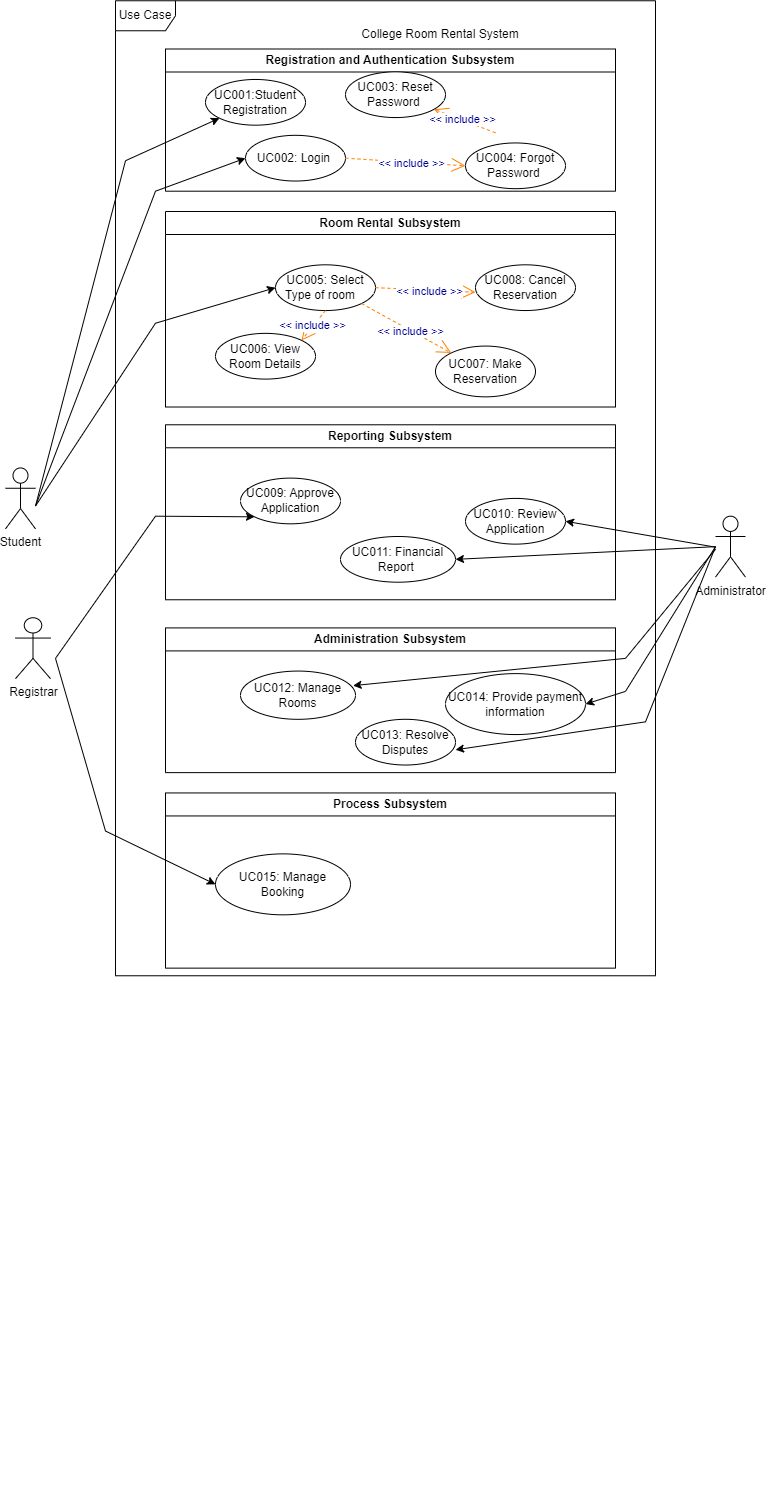
Earlier version of the draw.io export project/drawio/Alpha/useCasediagram.drawio.png (drshahizan/software-engineering). Source tidied: cells renumbered, new cells last; positions are measured from the earlier drawing's top-left corner, leaving out a move shared by most shapes.
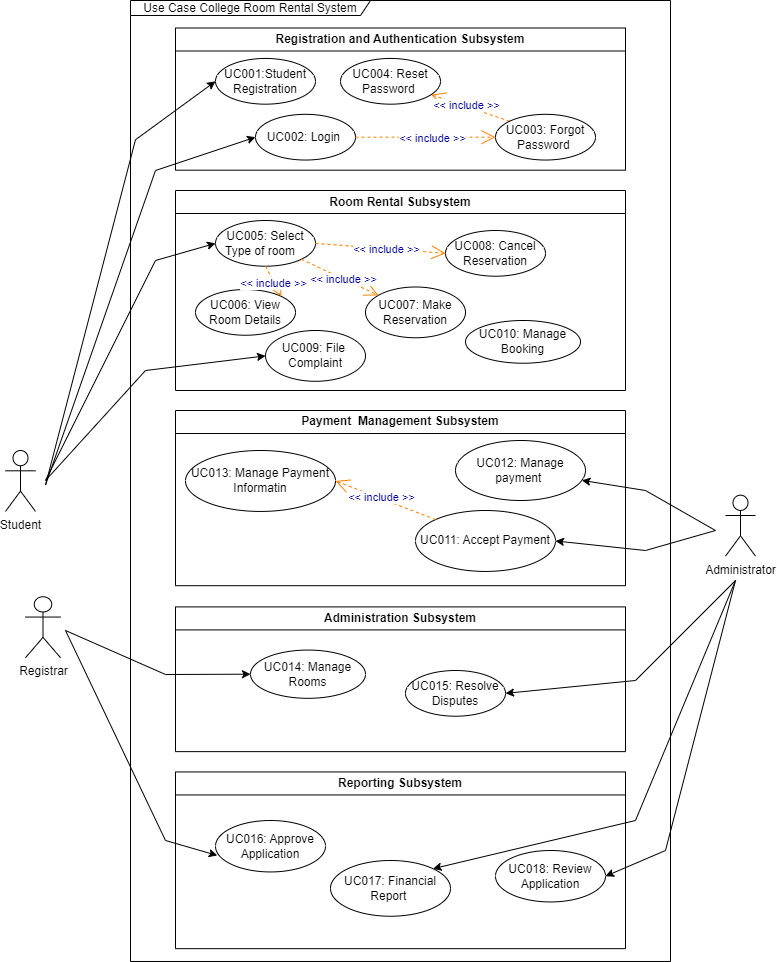
The same diagram one commit later.

What changed in the source:
```diff
@@ -2,14 +2,8 @@
   <root>
     <mxCell id="0" />
     <mxCell id="1" parent="0" />
-    <mxCell id="2" value="College Room Rental System" style="text;html=1;strokeColor=none;fillColor=none;align=center;verticalAlign=middle;whiteSpace=wrap;rounded=0;" parent="1" vertex="1">
-      <mxGeometry x="290" y="18.5" width="290" height="30" as="geometry" />
-    </mxCell>
-    <mxCell id="3" style="group;" parent="1" vertex="1">
-      <mxGeometry x="10" y="48.5" width="730" height="1462.5" as="geometry" />
-    </mxCell>
-    <mxCell id="4" value="Registration and Authentication Subsystem" style="swimlane;whiteSpace=wrap;html=1;" parent="3" vertex="1">
-      <mxGeometry x="150" width="450" height="142.2" as="geometry" />
+    <mxCell id="4" value="Registration and Authentication Subsystem" style="swimlane;whiteSpace=wrap;html=1;" parent="1" vertex="1">
+      <mxGeometry x="160" y="48.5" width="450" height="142.2" as="geometry" />
     </mxCell>
     <mxCell id="5" value="UC001:Student Registration" style="ellipse;whiteSpace=wrap;html=1;" parent="4" vertex="1">
       <mxGeometry x="40" y="30.5" width="100" height="45.7" as="geometry" />
@@ -17,34 +11,32 @@
     <mxCell id="6" value="UC002: Login&amp;nbsp;" style="ellipse;whiteSpace=wrap;html=1;" parent="4" vertex="1">
       <mxGeometry x="80" y="86.3" width="100" height="45.7" as="geometry" />
     </mxCell>
-    <mxCell id="7" value="UC003: Reset Password&amp;nbsp;" style="ellipse;whiteSpace=wrap;html=1;" parent="4" vertex="1">
-      <mxGeometry x="180" y="22.9" width="100" height="45.7" as="geometry" />
+    <mxCell id="7" value="UC004: Reset Password&amp;nbsp;" style="ellipse;whiteSpace=wrap;html=1;" parent="4" vertex="1">
+      <mxGeometry x="165" y="30.5" width="100" height="45.7" as="geometry" />
     </mxCell>
-    <mxCell id="8" value="&amp;lt;&amp;lt; include &amp;gt;&amp;gt;" style="endArrow=open;endSize=12;dashed=1;html=1;fontColor=#000099;strokeColor=#FF8000;" parent="4" edge="1" target="7">
-      <mxGeometry x="0.09" y="-1" relative="1" as="geometry">
-        <mxPoint x="330" y="83.8" as="sourcePoint" />
-      </mxGeometry>
+    <mxCell id="8" value="&amp;lt;&amp;lt; include &amp;gt;&amp;gt;" style="endArrow=open;endSize=12;dashed=1;html=1;fontColor=#000099;strokeColor=#FF8000;exitX=0;exitY=0;exitDx=0;exitDy=0;" parent="4" edge="1" source="9" target="7">
+      <mxGeometry x="0.09" y="-1" relative="1" as="geometry" />
     </mxCell>
-    <mxCell id="9" value="UC004: Forgot Password&amp;nbsp;" style="ellipse;whiteSpace=wrap;html=1;" parent="4" vertex="1">
-      <mxGeometry x="300" y="93.9" width="100" height="45.7" as="geometry" />
+    <mxCell id="9" value="UC003: Forgot Password&amp;nbsp;" style="ellipse;whiteSpace=wrap;html=1;" parent="4" vertex="1">
+      <mxGeometry x="320" y="86.3" width="100" height="45.7" as="geometry" />
     </mxCell>
     <mxCell id="10" value="&amp;lt;&amp;lt; include &amp;gt;&amp;gt;" style="endArrow=open;endSize=12;dashed=1;html=1;entryX=0;entryY=0.5;fontColor=#000099;strokeColor=#FF8000;entryDx=0;entryDy=0;exitX=1;exitY=0.5;exitDx=0;exitDy=0;" parent="4" edge="1" source="6" target="9">
       <mxGeometry x="0.09" y="-1" relative="1" as="geometry" />
     </mxCell>
-    <mxCell id="11" value="Room Rental Subsystem" style="swimlane;whiteSpace=wrap;html=1;" parent="3" vertex="1">
-      <mxGeometry x="150" y="162.5" width="450" height="195.5" as="geometry" />
+    <mxCell id="11" value="Room Rental Subsystem" style="swimlane;whiteSpace=wrap;html=1;" parent="1" vertex="1">
+      <mxGeometry x="160" y="211" width="450" height="200" as="geometry" />
     </mxCell>
     <mxCell id="12" value="UC006: View Room Details" style="ellipse;whiteSpace=wrap;html=1;" parent="11" vertex="1">
-      <mxGeometry x="50" y="121.9" width="100" height="45.7" as="geometry" />
+      <mxGeometry x="20" y="99" width="100" height="45.7" as="geometry" />
     </mxCell>
     <mxCell id="13" value="UC007: Make Reservation" style="ellipse;whiteSpace=wrap;html=1;" parent="11" vertex="1">
-      <mxGeometry x="270" y="134.6" width="100" height="50.8" as="geometry" />
+      <mxGeometry x="190" y="96.5" width="100" height="50.8" as="geometry" />
     </mxCell>
     <mxCell id="14" value="UC005: Select Type of room&amp;nbsp; &amp;nbsp;" style="ellipse;whiteSpace=wrap;html=1;" parent="11" vertex="1">
-      <mxGeometry x="110" y="53.3" width="100" height="45.7" as="geometry" />
+      <mxGeometry x="40" y="30" width="100" height="45.7" as="geometry" />
     </mxCell>
     <mxCell id="15" value="UC008: Cancel Reservation" style="ellipse;whiteSpace=wrap;html=1;" parent="11" vertex="1">
-      <mxGeometry x="310" y="53.3" width="100" height="45.7" as="geometry" />
+      <mxGeometry x="270" y="40" width="100" height="45.7" as="geometry" />
     </mxCell>
     <mxCell id="16" value="&amp;lt;&amp;lt; include &amp;gt;&amp;gt;" style="endArrow=open;endSize=12;dashed=1;html=1;entryX=1;entryY=0;fontColor=#000099;strokeColor=#FF8000;entryDx=0;entryDy=0;exitX=0.5;exitY=1;exitDx=0;exitDy=0;" parent="11" edge="1" source="14" target="12">
       <mxGeometry x="0.09" y="-1" relative="1" as="geometry" />
@@ -52,127 +44,150 @@
     <mxCell id="17" value="&amp;lt;&amp;lt; include &amp;gt;&amp;gt;" style="endArrow=open;endSize=12;dashed=1;html=1;fontColor=#000099;strokeColor=#FF8000;exitX=1;exitY=1;exitDx=0;exitDy=0;" parent="11" edge="1" source="14" target="13">
       <mxGeometry x="0.09" y="-1" relative="1" as="geometry" />
     </mxCell>
+    <mxCell id="42" value="&amp;lt;&amp;lt; include &amp;gt;&amp;gt;" style="endArrow=open;endSize=12;dashed=1;html=1;fontColor=#000099;strokeColor=#FF8000;exitX=1;exitY=0.5;exitDx=0;exitDy=0;entryX=0;entryY=0.5;entryDx=0;entryDy=0;" parent="11" edge="1" source="14" target="15">
+      <mxGeometry x="0.09" y="-1" relative="1" as="geometry" />
+    </mxCell>
+    <mxCell id="19" value="UC010: Manage Booking" style="ellipse;whiteSpace=wrap;html=1;" parent="11" vertex="1">
+      <mxGeometry x="290" y="130" width="115" height="42.7" as="geometry" />
+    </mxCell>
+    <mxCell id="43" value="UC009: File&amp;nbsp; Complaint" style="ellipse;whiteSpace=wrap;html=1;" parent="11" vertex="1">
+      <mxGeometry x="90" y="140" width="100" height="50.8" as="geometry" />
+    </mxCell>
+    <mxCell id="25" value="Use Case College Room Rental System" style="shape=umlFrame;whiteSpace=wrap;html=1;width=240;height=15;" parent="11" vertex="1">
+      <mxGeometry x="-45" y="-190" width="540" height="961" as="geometry" />
+    </mxCell>
-    <mxCell id="18" value="Process Subsystem" style="swimlane;whiteSpace=wrap;html=1;" parent="3" vertex="1">
-      <mxGeometry x="150" y="743.9" width="450" height="175.2" as="geometry" />
+    <mxCell id="18" value="Payment&amp;nbsp; Management Subsystem" style="swimlane;whiteSpace=wrap;html=1;" parent="1" vertex="1">
+      <mxGeometry x="160" y="431" width="450" height="175.2" as="geometry" />
     </mxCell>
-    <mxCell id="19" value="UC015: Manage Booking" style="ellipse;whiteSpace=wrap;html=1;" parent="18" vertex="1">
-      <mxGeometry x="50" y="60.9" width="135" height="60.9" as="geometry" />
-    </mxCell>
-    <mxCell id="20" value="Student" style="shape=umlActor;verticalLabelPosition=bottom;verticalAlign=top;html=1;" parent="18" vertex="1">
-      <mxGeometry x="-160" y="-325" width="30" height="60.9" as="geometry" />
-    </mxCell>
+    <mxCell id="44" value="UC011: Accept Payment" style="ellipse;whiteSpace=wrap;html=1;" parent="18" vertex="1">
+      <mxGeometry x="240" y="100" width="140" height="60.9" as="geometry" />
+    </mxCell>
+    <mxCell id="32" value="UC012: Manage payment&amp;nbsp;" style="ellipse;whiteSpace=wrap;html=1;" parent="18" vertex="1">
+      <mxGeometry x="280" y="30" width="130" height="60" as="geometry" />
+    </mxCell>
+    <mxCell id="45" value="UC013: Manage Payment Informatin" style="ellipse;whiteSpace=wrap;html=1;" parent="18" vertex="1">
+      <mxGeometry x="10" y="40" width="150" height="60.9" as="geometry" />
+    </mxCell>
+    <mxCell id="46" value="&amp;lt;&amp;lt; include &amp;gt;&amp;gt;" style="endArrow=open;endSize=12;dashed=1;html=1;fontColor=#000099;strokeColor=#FF8000;entryX=1;entryY=0.5;entryDx=0;entryDy=0;exitX=0;exitY=0;exitDx=0;exitDy=0;" parent="18" edge="1" source="44" target="45">
+      <mxGeometry x="0.09" y="-1" relative="1" as="geometry" />
+    </mxCell>
-    <mxCell id="21" value="Reporting Subsystem" style="swimlane;whiteSpace=wrap;html=1;" parent="3" vertex="1">
-      <mxGeometry x="150" y="375.8" width="450" height="175" as="geometry" />
+    <mxCell id="21" value="Reporting Subsystem" style="swimlane;whiteSpace=wrap;html=1;" parent="1" vertex="1">
+      <mxGeometry x="160" y="792.4" width="450" height="176.7" as="geometry" />
     </mxCell>
-    <mxCell id="22" value="UC009: Approve Application" style="ellipse;whiteSpace=wrap;html=1;" parent="21" vertex="1">
-      <mxGeometry x="75" y="53.3" width="100" height="45.7" as="geometry" />
-    </mxCell>
-    <mxCell id="23" value="UC010: Review Application" style="ellipse;whiteSpace=wrap;html=1;" parent="21" vertex="1">
-      <mxGeometry x="300" y="73.6" width="100" height="45.7" as="geometry" />
+    <mxCell id="23" value="UC018: Review Application" style="ellipse;whiteSpace=wrap;html=1;" parent="21" vertex="1">
+      <mxGeometry x="320" y="78.6" width="110" height="51.4" as="geometry" />
     </mxCell>
-    <mxCell id="24" value="UC011: Financial Report&amp;nbsp;" style="ellipse;whiteSpace=wrap;html=1;" parent="21" vertex="1">
-      <mxGeometry x="175" y="111.7" width="115" height="45.7" as="geometry" />
+    <mxCell id="24" value="UC017: Financial Report&amp;nbsp;" style="ellipse;whiteSpace=wrap;html=1;" parent="21" vertex="1">
+      <mxGeometry x="155" y="88.6" width="120" height="55.7" as="geometry" />
     </mxCell>
-    <mxCell id="25" value="Use Case" style="shape=umlFrame;whiteSpace=wrap;html=1;" parent="21" vertex="1">
-      <mxGeometry x="-50" y="-424" width="540" height="975" as="geometry" />
-    </mxCell>
+    <mxCell id="22" value="UC016: Approve Application" style="ellipse;whiteSpace=wrap;html=1;" parent="21" vertex="1">
+      <mxGeometry x="40" y="48.6" width="110" height="51.4" as="geometry" />
+    </mxCell>
-    <mxCell id="26" value="Registrar" style="shape=umlActor;verticalLabelPosition=bottom;verticalAlign=top;html=1;" parent="3" vertex="1">
-      <mxGeometry y="568.7" width="35" height="60.9" as="geometry" />
+    <mxCell id="26" value="Registrar" style="shape=umlActor;verticalLabelPosition=bottom;verticalAlign=top;html=1;" parent="1" vertex="1">
+      <mxGeometry x="10" y="617.2" width="35" height="60.9" as="geometry" />
     </mxCell>
-    <mxCell id="27" style="edgeStyle=none;html=1;entryX=1;entryY=0.5;entryDx=0;entryDy=0;" parent="3" edge="1" target="23">
-      <mxGeometry relative="1" as="geometry">
-        <mxPoint x="700" y="498.2" as="sourcePoint" />
-      </mxGeometry>
-    </mxCell>
-    <mxCell id="28" value="Administrator" style="shape=umlActor;verticalLabelPosition=bottom;verticalAlign=top;html=1;" parent="3" vertex="1">
-      <mxGeometry x="700" y="467.2" width="30" height="60.9" as="geometry" />
+    <mxCell id="28" value="Administrator" style="shape=umlActor;verticalLabelPosition=bottom;verticalAlign=top;html=1;" parent="1" vertex="1">
+      <mxGeometry x="710" y="515.7" width="30" height="60.9" as="geometry" />
     </mxCell>
-    <mxCell id="29" value="Administration Subsystem" style="swimlane;whiteSpace=wrap;html=1;" parent="3" vertex="1">
-      <mxGeometry x="150" y="578.9" width="450" height="144.7" as="geometry" />
+    <mxCell id="29" value="Administration Subsystem" style="swimlane;whiteSpace=wrap;html=1;" parent="1" vertex="1">
+      <mxGeometry x="160" y="627.4" width="450" height="144.7" as="geometry" />
     </mxCell>
-    <mxCell id="30" value="UC012: Manage Rooms" style="ellipse;whiteSpace=wrap;html=1;" parent="29" vertex="1">
+    <mxCell id="30" value="UC014: Manage Rooms" style="ellipse;whiteSpace=wrap;html=1;" parent="29" vertex="1">
       <mxGeometry x="75" y="43.2" width="115" height="48.2" as="geometry" />
     </mxCell>
-    <mxCell id="31" value="UC013: Resolve Disputes" style="ellipse;whiteSpace=wrap;html=1;" parent="29" vertex="1">
-      <mxGeometry x="190" y="91.4" width="100" height="45.7" as="geometry" />
+    <mxCell id="31" value="UC015: Resolve Disputes" style="ellipse;whiteSpace=wrap;html=1;" parent="29" vertex="1">
+      <mxGeometry x="230" y="63.6" width="100" height="45.7" as="geometry" />
     </mxCell>
-    <mxCell id="32" value="UC014: Provide payment information" style="ellipse;whiteSpace=wrap;html=1;" parent="29" vertex="1">
-      <mxGeometry x="280" y="45.7" width="140" height="60.9" as="geometry" />
-    </mxCell>
-    <mxCell id="33" style="endArrow=classic;html=1;rounded=0;entryX=0;entryY=1;entryDx=0;entryDy=0;" parent="3" edge="1" target="5">
+    <mxCell id="33" style="endArrow=classic;html=1;rounded=0;entryX=0;entryY=0.5;entryDx=0;entryDy=0;" parent="1" edge="1" target="5">
       <mxGeometry relative="1" as="geometry">
-        <mxPoint x="20" y="457" as="sourcePoint" />
+        <mxPoint x="30" y="505.5" as="sourcePoint" />
         <Array as="points">
-          <mxPoint x="110" y="111.7" />
+          <mxPoint x="120" y="160.2" />
         </Array>
       </mxGeometry>
     </mxCell>
-    <mxCell id="34" style="endArrow=classic;html=1;rounded=0;entryX=0;entryY=0.5;entryDx=0;entryDy=0;" parent="3" edge="1" target="6">
+    <mxCell id="34" style="endArrow=classic;html=1;rounded=0;entryX=0;entryY=0.5;entryDx=0;entryDy=0;" parent="1" edge="1" target="6">
       <mxGeometry relative="1" as="geometry">
-        <mxPoint x="20" y="457" as="sourcePoint" />
+        <mxPoint x="30" y="505.5" as="sourcePoint" />
         <Array as="points">
-          <mxPoint x="140" y="142.2" />
+          <mxPoint x="140" y="191" />
         </Array>
       </mxGeometry>
     </mxCell>
-    <mxCell id="35" style="endArrow=classic;html=1;rounded=0;entryX=0;entryY=0.5;entryDx=0;entryDy=0;" parent="3" edge="1" target="14">
-      <mxGeometry relative="1" as="geometry">
-        <mxPoint x="20" y="457" as="sourcePoint" />
-        <Array as="points">
-          <mxPoint x="140" y="274.2" />
-        </Array>
-      </mxGeometry>
-    </mxCell>
-    <mxCell id="36" style="endArrow=classic;html=1;rounded=0;entryX=1;entryY=0.5;entryDx=0;entryDy=0;" parent="3" edge="1" target="32">
-      <mxGeometry relative="1" as="geometry">
-        <mxPoint x="700" y="497.7" as="sourcePoint" />
-        <Array as="points">
-          <mxPoint x="610" y="642.4" />
-        </Array>
-      </mxGeometry>
-    </mxCell>
-    <mxCell id="37" style="endArrow=classic;html=1;rounded=0;entryX=1;entryY=0.5;entryDx=0;entryDy=0;" parent="3" edge="1" target="24">
-      <mxGeometry relative="1" as="geometry">
-        <mxPoint x="700" y="497.7" as="sourcePoint" />
-      </mxGeometry>
-    </mxCell>
-    <mxCell id="38" style="endArrow=classic;html=1;rounded=0;" parent="3" edge="1">
-      <mxGeometry relative="1" as="geometry">
-        <mxPoint x="700" y="497.7" as="sourcePoint" />
-        <mxPoint x="440" y="700.8" as="targetPoint" />
-        <Array as="points">
-          <mxPoint x="630" y="672.9" />
-        </Array>
-      </mxGeometry>
-    </mxCell>
-    <mxCell id="39" style="endArrow=classic;html=1;rounded=0;entryX=0;entryY=0.5;entryDx=0;entryDy=0;" parent="3" edge="1" target="19">
-      <mxGeometry relative="1" as="geometry">
-        <mxPoint x="40" y="609.4" as="sourcePoint" />
-        <Array as="points">
-          <mxPoint x="90" y="782" />
-        </Array>
-      </mxGeometry>
-    </mxCell>
-    <mxCell id="40" style="endArrow=classic;html=1;rounded=0;entryX=0.979;entryY=0.302;entryDx=0;entryDy=0;entryPerimeter=0;" parent="3" edge="1" target="30">
-      <mxGeometry relative="1" as="geometry">
-        <mxPoint x="700" y="500.2" as="sourcePoint" />
-        <Array as="points">
-          <mxPoint x="610" y="609.4" />
-        </Array>
-      </mxGeometry>
-    </mxCell>
-    <mxCell id="41" style="endArrow=classic;html=1;rounded=0;entryX=0;entryY=1;entryDx=0;entryDy=0;" parent="3" edge="1" target="22">
-      <mxGeometry relative="1" as="geometry">
-        <mxPoint x="40" y="609.4" as="sourcePoint" />
-        <Array as="points">
-          <mxPoint x="140" y="467.2" />
-        </Array>
-      </mxGeometry>
-    </mxCell>
-    <mxCell id="42" value="&amp;lt;&amp;lt; include &amp;gt;&amp;gt;" style="endArrow=open;endSize=12;dashed=1;html=1;fontColor=#000099;strokeColor=#FF8000;exitX=1;exitY=0.5;exitDx=0;exitDy=0;" parent="3" edge="1" source="14">
-      <mxGeometry x="0.09" y="-1" relative="1" as="geometry">
-        <mxPoint x="460" y="243.2" as="targetPoint" />
-      </mxGeometry>
-    </mxCell>
+    <mxCell id="20" value="Student" style="shape=umlActor;verticalLabelPosition=bottom;verticalAlign=top;html=1;" parent="1" vertex="1">
+      <mxGeometry x="-10" y="471" width="30" height="60.9" as="geometry" />
+    </mxCell>
+    <mxCell id="47" style="endArrow=classic;html=1;rounded=0;entryX=0;entryY=0.5;entryDx=0;entryDy=0;" parent="1" edge="1" target="14">
+      <mxGeometry relative="1" as="geometry">
+        <mxPoint x="30" y="501" as="sourcePoint" />
+        <Array as="points">
+          <mxPoint x="140" y="281" />
+        </Array>
+      </mxGeometry>
+    </mxCell>
+    <mxCell id="48" style="endArrow=classic;html=1;rounded=0;entryX=0;entryY=0.5;entryDx=0;entryDy=0;" parent="1" edge="1" target="43">
+      <mxGeometry relative="1" as="geometry">
+        <mxPoint x="30" y="501" as="sourcePoint" />
+        <Array as="points">
+          <mxPoint x="130" y="391" />
+        </Array>
+      </mxGeometry>
+    </mxCell>
+    <mxCell id="49" style="endArrow=classic;html=1;rounded=0;entryX=0;entryY=0.5;entryDx=0;entryDy=0;" parent="1" edge="1" target="30">
+      <mxGeometry relative="1" as="geometry">
+        <mxPoint x="50" y="651" as="sourcePoint" />
+        <Array as="points">
+          <mxPoint x="150" y="695" />
+        </Array>
+      </mxGeometry>
+    </mxCell>
+    <mxCell id="50" style="endArrow=classic;html=1;rounded=0;entryX=1;entryY=0.5;entryDx=0;entryDy=0;" parent="1" edge="1" target="23">
+      <mxGeometry relative="1" as="geometry">
+        <mxPoint x="720" y="601" as="sourcePoint" />
+        <Array as="points">
+          <mxPoint x="650" y="871" />
+        </Array>
+      </mxGeometry>
+    </mxCell>
+    <mxCell id="51" style="endArrow=classic;html=1;rounded=0;entryX=1;entryY=0;entryDx=0;entryDy=0;" parent="1" edge="1" target="24">
+      <mxGeometry relative="1" as="geometry">
+        <mxPoint x="720" y="601" as="sourcePoint" />
+        <Array as="points">
+          <mxPoint x="620" y="841" />
+        </Array>
+      </mxGeometry>
+    </mxCell>
+    <mxCell id="52" style="endArrow=classic;html=1;rounded=0;entryX=0.016;entryY=0.68;entryDx=0;entryDy=0;entryPerimeter=0;" parent="1" edge="1" target="22">
+      <mxGeometry relative="1" as="geometry">
+        <mxPoint x="50" y="651" as="sourcePoint" />
+        <Array as="points">
+          <mxPoint x="150" y="861" />
+        </Array>
+      </mxGeometry>
+    </mxCell>
+    <mxCell id="53" style="endArrow=classic;html=1;rounded=0;entryX=1;entryY=0.5;entryDx=0;entryDy=0;" parent="1" edge="1" target="31">
+      <mxGeometry relative="1" as="geometry">
+        <mxPoint x="720" y="601" as="sourcePoint" />
+        <Array as="points">
+          <mxPoint x="620" y="701" />
+        </Array>
+      </mxGeometry>
+    </mxCell>
+    <mxCell id="54" style="endArrow=classic;html=1;rounded=0;" parent="1" edge="1" target="32">
+      <mxGeometry relative="1" as="geometry">
+        <mxPoint x="700" y="551" as="sourcePoint" />
+        <Array as="points">
+          <mxPoint x="630" y="511" />
+        </Array>
+      </mxGeometry>
+    </mxCell>
+    <mxCell id="55" style="endArrow=classic;html=1;rounded=0;entryX=1;entryY=0.5;entryDx=0;entryDy=0;" parent="1" edge="1" target="44">
+      <mxGeometry relative="1" as="geometry">
+        <mxPoint x="700" y="551" as="sourcePoint" />
+        <Array as="points">
+          <mxPoint x="630" y="571" />
+        </Array>
+      </mxGeometry>
+    </mxCell>
   </root>
 </mxGraphModel>
```
